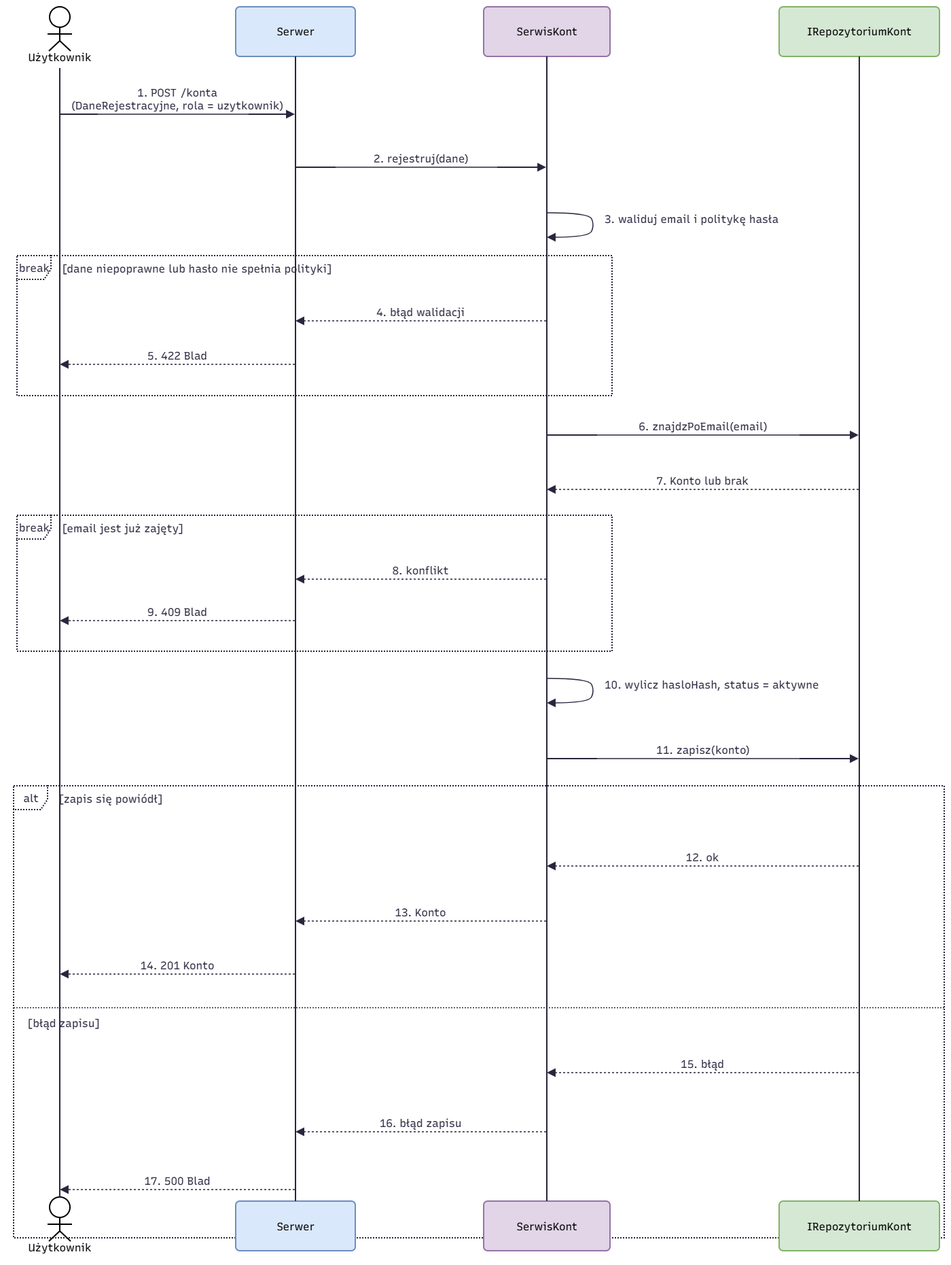
Before: checkpoint_3/diagramy_sekwencji/zakladanie_kont/Zakladanie_konta_uzytkownika.drawio.png, a diagram exported from draw.io (paw10x/PsychSearch). Source tidied: cells renumbered, new cells last; positions are measured from the earlier drawing's top-left corner, leaving out a move shared by most shapes.
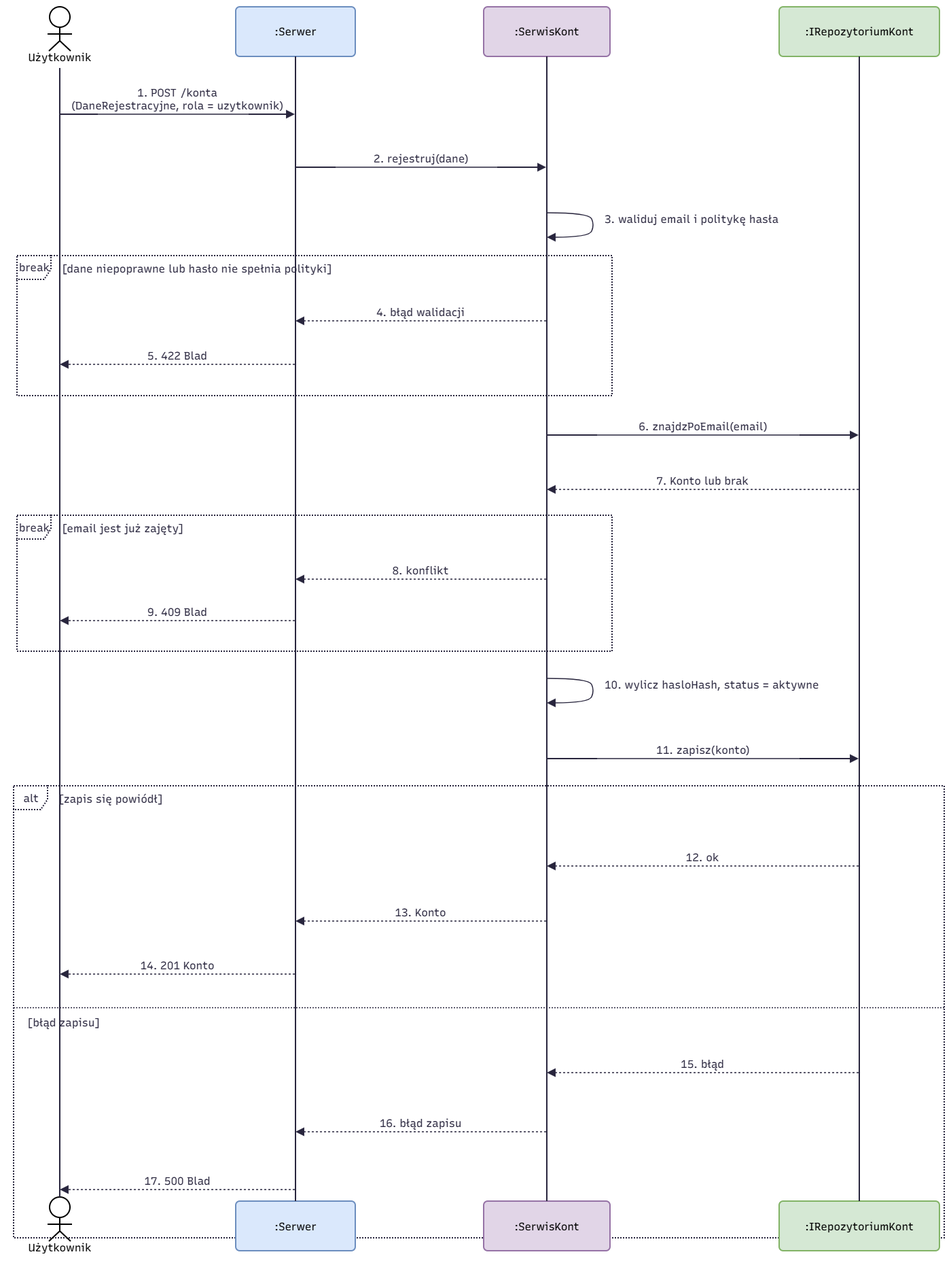
Later version of the same file.

Diff of the diagram source:
```diff
@@ -38,13 +38,13 @@
     <mxCell id="13" value="Użytkownik" style="html=1;shape=umlLifeline;perimeter=lifelinePerimeter;whiteSpace=wrap;outlineConnect=0;portConstraint=eastwest;newEdgeStyle={&quot;edgeStyle&quot;:&quot;sequenceEdgeStyle&quot;,&quot;libavoidRouting&quot;:0,&quot;curved&quot;:0,&quot;rounded&quot;:0};lifelineDashed=0;strokeWidth=2;rounded=1;absoluteArcSize=1;arcSize=12;lifelineColor=#28253D;participant=seqActorStick;verticalAlign=bottom;align=center;spacingBottom=4;size=90;lifelineMirror=1;fontFamily=Recursive;fontSize=16;shadow=0;shadowColor=#000000;shadowOffsetX=4;shadowOffsetY=4;shadowBlur=0;shadowOpacity=6;fontSource=https%3A%2F%2Ffonts.googleapis.com%2Fcss%3Ffamily%3DRecursive;" parent="2" vertex="1">
       <mxGeometry x="75" y="132" width="156" height="1841" as="geometry" />
     </mxCell>
-    <mxCell id="14" value="Serwer" style="html=1;shape=umlLifeline;perimeter=lifelinePerimeter;whiteSpace=wrap;outlineConnect=0;portConstraint=eastwest;newEdgeStyle={&quot;edgeStyle&quot;:&quot;sequenceEdgeStyle&quot;,&quot;libavoidRouting&quot;:0,&quot;curved&quot;:0,&quot;rounded&quot;:0};lifelineDashed=0;strokeWidth=2;rounded=1;absoluteArcSize=1;arcSize=12;lifelineColor=#28253D;fillColor=#dae8fc;strokeColor=#6c8ebf;size=73;lifelineMirror=1;fontFamily=Recursive;fontSize=16;shadow=0;shadowColor=#000000;shadowOffsetX=4;shadowOffsetY=4;shadowBlur=0;shadowOpacity=6;fontSource=https%3A%2F%2Ffonts.googleapis.com%2Fcss%3Ffamily%3DRecursive;" parent="2" vertex="1">
+    <mxCell id="14" value=":Serwer" style="html=1;shape=umlLifeline;perimeter=lifelinePerimeter;whiteSpace=wrap;outlineConnect=0;portConstraint=eastwest;newEdgeStyle={&quot;edgeStyle&quot;:&quot;sequenceEdgeStyle&quot;,&quot;libavoidRouting&quot;:0,&quot;curved&quot;:0,&quot;rounded&quot;:0};lifelineDashed=0;strokeWidth=2;rounded=1;absoluteArcSize=1;arcSize=12;lifelineColor=#28253D;fillColor=#dae8fc;strokeColor=#6c8ebf;size=73;lifelineMirror=1;fontFamily=Recursive;fontSize=16;shadow=0;shadowColor=#000000;shadowOffsetX=4;shadowOffsetY=4;shadowBlur=0;shadowOpacity=6;fontSource=https%3A%2F%2Ffonts.googleapis.com%2Fcss%3Ffamily%3DRecursive;" parent="2" vertex="1">
       <mxGeometry x="412" y="132" width="176" height="1830" as="geometry" />
     </mxCell>
-    <mxCell id="15" value="SerwisKont" style="html=1;shape=umlLifeline;perimeter=lifelinePerimeter;whiteSpace=wrap;outlineConnect=0;portConstraint=eastwest;newEdgeStyle={&quot;edgeStyle&quot;:&quot;sequenceEdgeStyle&quot;,&quot;libavoidRouting&quot;:0,&quot;curved&quot;:0,&quot;rounded&quot;:0};lifelineDashed=0;strokeWidth=2;rounded=1;absoluteArcSize=1;arcSize=12;lifelineColor=#28253D;fillColor=#e1d5e7;strokeColor=#9673a6;size=73;lifelineMirror=1;fontFamily=Recursive;fontSize=16;shadow=0;shadowColor=#000000;shadowOffsetX=4;shadowOffsetY=4;shadowBlur=0;shadowOpacity=6;fontSource=https%3A%2F%2Ffonts.googleapis.com%2Fcss%3Ffamily%3DRecursive;" parent="2" vertex="1">
+    <mxCell id="15" value=":SerwisKont" style="html=1;shape=umlLifeline;perimeter=lifelinePerimeter;whiteSpace=wrap;outlineConnect=0;portConstraint=eastwest;newEdgeStyle={&quot;edgeStyle&quot;:&quot;sequenceEdgeStyle&quot;,&quot;libavoidRouting&quot;:0,&quot;curved&quot;:0,&quot;rounded&quot;:0};lifelineDashed=0;strokeWidth=2;rounded=1;absoluteArcSize=1;arcSize=12;lifelineColor=#28253D;fillColor=#e1d5e7;strokeColor=#9673a6;size=73;lifelineMirror=1;fontFamily=Recursive;fontSize=16;shadow=0;shadowColor=#000000;shadowOffsetX=4;shadowOffsetY=4;shadowBlur=0;shadowOpacity=6;fontSource=https%3A%2F%2Ffonts.googleapis.com%2Fcss%3Ffamily%3DRecursive;" parent="2" vertex="1">
       <mxGeometry x="777" y="132" width="186" height="1830" as="geometry" />
     </mxCell>
-    <mxCell id="16" value="IRepozytoriumKont" style="html=1;shape=umlLifeline;perimeter=lifelinePerimeter;whiteSpace=wrap;outlineConnect=0;portConstraint=eastwest;newEdgeStyle={&quot;edgeStyle&quot;:&quot;sequenceEdgeStyle&quot;,&quot;libavoidRouting&quot;:0,&quot;curved&quot;:0,&quot;rounded&quot;:0};lifelineDashed=0;strokeWidth=2;rounded=1;absoluteArcSize=1;arcSize=12;lifelineColor=#28253D;fillColor=#d5e8d4;strokeColor=#82b366;size=73;lifelineMirror=1;fontFamily=Recursive;fontSize=16;shadow=0;shadowColor=#000000;shadowOffsetX=4;shadowOffsetY=4;shadowBlur=0;shadowOpacity=6;fontSource=https%3A%2F%2Ffonts.googleapis.com%2Fcss%3Ffamily%3DRecursive;" parent="2" vertex="1">
+    <mxCell id="16" value=":IRepozytoriumKont" style="html=1;shape=umlLifeline;perimeter=lifelinePerimeter;whiteSpace=wrap;outlineConnect=0;portConstraint=eastwest;newEdgeStyle={&quot;edgeStyle&quot;:&quot;sequenceEdgeStyle&quot;,&quot;libavoidRouting&quot;:0,&quot;curved&quot;:0,&quot;rounded&quot;:0};lifelineDashed=0;strokeWidth=2;rounded=1;absoluteArcSize=1;arcSize=12;lifelineColor=#28253D;fillColor=#d5e8d4;strokeColor=#82b366;size=73;lifelineMirror=1;fontFamily=Recursive;fontSize=16;shadow=0;shadowColor=#000000;shadowOffsetX=4;shadowOffsetY=4;shadowBlur=0;shadowOpacity=6;fontSource=https%3A%2F%2Ffonts.googleapis.com%2Fcss%3Ffamily%3DRecursive;" parent="2" vertex="1">
       <mxGeometry x="1212" y="132" width="236" height="1830" as="geometry" />
     </mxCell>
     <mxCell id="17" value="1. POST /konta&#10;(DaneRejestracyjne, rola = uzytkownik)" style="endArrow=block;endSize=9;verticalAlign=bottom;spacingBottom=2;edgeStyle=sequenceEdgeStyle;libavoidRouting=0;curved=0;rounded=0;fontSize=16;labelBackgroundColor=none;strokeWidth=1.5;strokeColor=#28253D;fontColor=#28253D;fontFamily=Recursive;fontSource=https%3A%2F%2Ffonts.googleapis.com%2Fcss%3Ffamily%3DRecursive;" parent="2" edge="1" source="13" target="14">
```
